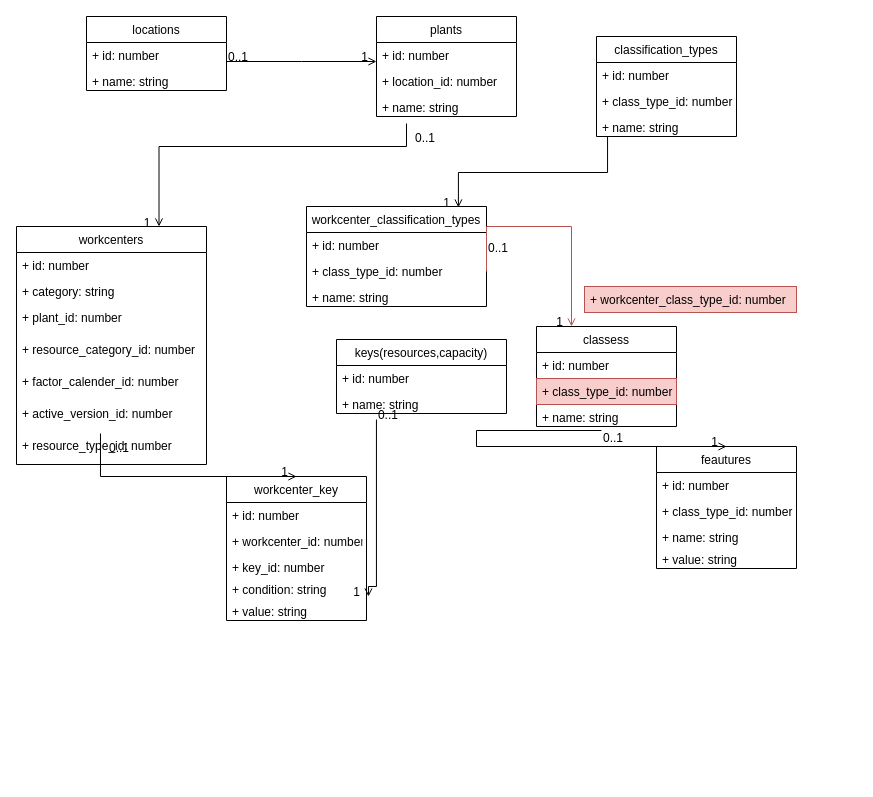
maramakil/myRepo keeps this draw.io diagram as Untitled Diagram.drawio. Above is the earlier version. Source tidied: cells renumbered, new cells numbered last; positions are measured from the earlier drawing's top-left corner, leaving out a move shared by most shapes. Both pictures are drawn from the tidied source at 100%, with x=0, y=0 at pixel (16, 16).
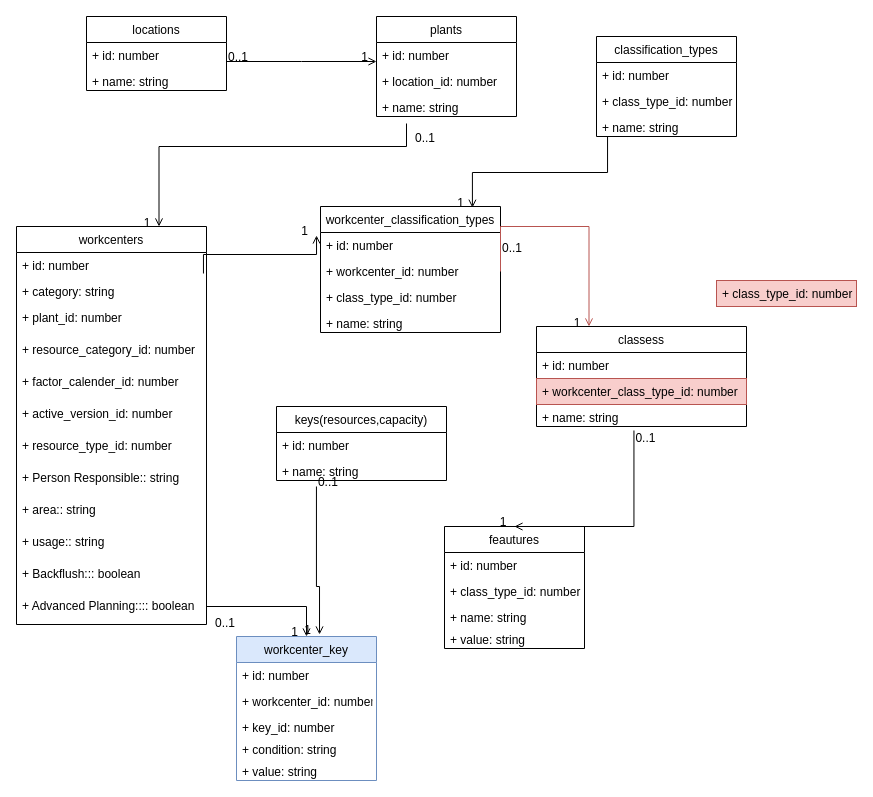
The same diagram, later.

Commit message:
Update process cards Diagram.drawio

The change refers to these unchanged cells:
```xml
<mxCell id="7" value="+ category: string" style="text;strokeColor=none;fillColor=none;align=left;verticalAlign=top;spacingLeft=4;spacingRight=4;overflow=hidden;points=[[0,0.5],[1,0.5]];portConstraint=eastwest;" parent="5" vertex="1">
  <mxGeometry y="52" width="190" height="26" as="geometry" />
</mxCell>
<mxCell id="11" value="+ active_version_id: number" style="text;strokeColor=none;fillColor=none;align=left;verticalAlign=top;spacingLeft=4;spacingRight=4;overflow=hidden;points=[[0,0.5],[1,0.5]];portConstraint=eastwest;" parent="5" vertex="1">
  <mxGeometry y="174" width="190" height="32" as="geometry" />
</mxCell>
<mxCell id="24" value="+ name: string" style="text;strokeColor=none;fillColor=none;align=left;verticalAlign=top;spacingLeft=4;spacingRight=4;overflow=hidden;points=[[0,0.5],[1,0.5]];portConstraint=eastwest;" parent="22" vertex="1">
  <mxGeometry y="52" width="170" height="22" as="geometry" />
</mxCell>
<mxCell id="30" value="+ value: string" style="text;strokeColor=none;fillColor=none;align=left;verticalAlign=top;spacingLeft=4;spacingRight=4;overflow=hidden;points=[[0,0.5],[1,0.5]];portConstraint=eastwest;" parent="25" vertex="1">
  <mxGeometry y="122" width="140" height="22" as="geometry" />
</mxCell>
<mxCell id="48" value="+ id: number" style="text;strokeColor=none;fillColor=none;align=left;verticalAlign=top;spacingLeft=4;spacingRight=4;overflow=hidden;points=[[0,0.5],[1,0.5]];portConstraint=eastwest;" parent="47" vertex="1">
  <mxGeometry y="26" width="180" height="26" as="geometry" />
</mxCell>
```

What changed in the source:
```diff
@@
     <mxCell id="5" value="workcenters" style="swimlane;fontStyle=0;horizontal=1;startSize=26;fillColor=none;" parent="1" vertex="1">
-      <mxGeometry y="210" width="190" height="238" as="geometry" />
+      <mxGeometry y="210" width="190" height="398" as="geometry" />
     </mxCell>
@@
+    <mxCell id="64" value="+ Person Responsible:: string" style="text;strokeColor=none;fillColor=none;align=left;verticalAlign=top;spacingLeft=4;spacingRight=4;overflow=hidden;" parent="5" vertex="1">
+      <mxGeometry y="238" width="190" height="32" as="geometry" />
+    </mxCell>
+    <mxCell id="65" value="+ area:: string" style="text;strokeColor=none;fillColor=none;align=left;verticalAlign=top;spacingLeft=4;spacingRight=4;overflow=hidden;" parent="5" vertex="1">
+      <mxGeometry y="270" width="190" height="32" as="geometry" />
+    </mxCell>
+    <mxCell id="66" value="+ usage:: string" style="text;strokeColor=none;fillColor=none;align=left;verticalAlign=top;spacingLeft=4;spacingRight=4;overflow=hidden;" parent="5" vertex="1">
+      <mxGeometry y="302" width="190" height="32" as="geometry" />
+    </mxCell>
+    <mxCell id="67" value="+ Backflush::: boolean" style="text;strokeColor=none;fillColor=none;align=left;verticalAlign=top;spacingLeft=4;spacingRight=4;overflow=hidden;" parent="5" vertex="1">
+      <mxGeometry y="334" width="190" height="32" as="geometry" />
+    </mxCell>
+    <mxCell id="68" value="+ Advanced Planning:::: boolean" style="text;strokeColor=none;fillColor=none;align=left;verticalAlign=top;spacingLeft=4;spacingRight=4;overflow=hidden;points=[[0,0.5],[1,0.5]];portConstraint=eastwest;" parent="5" vertex="1">
+      <mxGeometry y="366" width="190" height="32" as="geometry" />
+    </mxCell>
     <mxCell id="13" value="classess" style="swimlane;fontStyle=0;horizontal=1;startSize=26;fillColor=none;" parent="1" vertex="1">
-      <mxGeometry x="520" y="310" width="140" height="100" as="geometry" />
+      <mxGeometry x="520" y="310" width="210" height="100" as="geometry" />
     </mxCell>
     <mxCell id="14" value="+ id: number" style="text;strokeColor=none;fillColor=none;align=left;verticalAlign=top;spacingLeft=4;spacingRight=4;overflow=hidden;" parent="13" vertex="1">
-      <mxGeometry y="26" width="140" height="26" as="geometry" />
+      <mxGeometry y="26" width="210" height="26" as="geometry" />
     </mxCell>
-    <mxCell id="15" value="+ class_type_id: number" style="text;strokeColor=#b85450;fillColor=#f8cecc;align=left;verticalAlign=top;spacingLeft=4;spacingRight=4;overflow=hidden;" parent="13" vertex="1">
-      <mxGeometry y="52" width="140" height="26" as="geometry" />
-    </mxCell>
+    <mxCell id="54" value="+ workcenter_class_type_id: number" style="text;strokeColor=#b85450;fillColor=#f8cecc;align=left;verticalAlign=top;spacingLeft=4;spacingRight=4;overflow=hidden;" parent="13" vertex="1">
+      <mxGeometry y="52" width="210" height="26" as="geometry" />
+    </mxCell>
     <mxCell id="16" value="+ name: string" style="text;strokeColor=none;fillColor=none;align=left;verticalAlign=top;spacingLeft=4;spacingRight=4;overflow=hidden;points=[[0,0.5],[1,0.5]];portConstraint=eastwest;" parent="13" vertex="1">
-      <mxGeometry y="78" width="140" height="22" as="geometry" />
+      <mxGeometry y="78" width="210" height="22" as="geometry" />
     </mxCell>
     <mxCell id="17" value="feautures" style="swimlane;fontStyle=0;horizontal=1;startSize=26;fillColor=none;" parent="1" vertex="1">
-      <mxGeometry x="640" y="430" width="140" height="122" as="geometry" />
+      <mxGeometry x="428" y="510" width="140" height="122" as="geometry" />
     </mxCell>
@@
     <mxCell id="22" value="keys(resources,capacity)" style="swimlane;fontStyle=0;horizontal=1;startSize=26;fillColor=none;" parent="1" vertex="1">
-      <mxGeometry x="320" y="323" width="170" height="74" as="geometry" />
+      <mxGeometry x="260" y="390" width="170" height="74" as="geometry" />
     </mxCell>
@@
-    <mxCell id="25" value="workcenter_key" style="swimlane;fontStyle=0;horizontal=1;startSize=26;fillColor=none;" parent="1" vertex="1">
-      <mxGeometry x="210" y="460" width="140" height="144" as="geometry" />
+    <mxCell id="25" value="workcenter_key" style="swimlane;fontStyle=0;horizontal=1;startSize=26;fillColor=#dae8fc;strokeColor=#6c8ebf;" parent="1" vertex="1">
+      <mxGeometry x="220" y="620" width="140" height="144" as="geometry" />
     </mxCell>
@@
-    <mxCell id="31" style="endArrow=open;shadow=0;strokeWidth=1;rounded=0;endFill=1;edgeStyle=elbowEdgeStyle;elbow=vertical;entryX=0.5;entryY=0;entryDx=0;entryDy=0;exitX=0.442;exitY=1.031;exitDx=0;exitDy=0;exitPerimeter=0;" parent="1" edge="1" source="11" target="25">
+    <mxCell id="31" style="endArrow=open;shadow=0;strokeWidth=1;rounded=0;endFill=1;edgeStyle=elbowEdgeStyle;elbow=vertical;entryX=0.5;entryY=0;entryDx=0;entryDy=0;exitX=1;exitY=0.5;exitDx=0;exitDy=0;" parent="1" edge="1" source="68" target="25">
       <mxGeometry x="0.5" y="41" relative="1" as="geometry">
         <Array as="points">
+          <mxPoint x="140" y="590" />
           <mxPoint x="84" y="460" />
         </Array>
         <mxPoint x="-40" y="32" as="offset" />
       </mxGeometry>
     </mxCell>
@@
-    <mxCell id="34" style="endArrow=open;shadow=0;strokeWidth=1;rounded=0;endFill=1;edgeStyle=elbowEdgeStyle;elbow=vertical;entryX=1.014;entryY=-0.091;entryDx=0;entryDy=0;entryPerimeter=0;exitX=0.235;exitY=1.273;exitDx=0;exitDy=0;exitPerimeter=0;" parent="1" edge="1" source="24" target="30">
+    <mxCell id="34" style="endArrow=open;shadow=0;strokeWidth=1;rounded=0;endFill=1;edgeStyle=elbowEdgeStyle;elbow=vertical;entryX=0.593;entryY=-0.014;entryDx=0;entryDy=0;entryPerimeter=0;exitX=0.235;exitY=1.273;exitDx=0;exitDy=0;exitPerimeter=0;" parent="1" edge="1" source="24" target="25">
       <mxGeometry x="0.5" y="41" relative="1" as="geometry">
         <Array as="points">
           <mxPoint x="270" y="570" />
         </Array>
         <mxPoint x="-40" y="32" as="offset" />
       </mxGeometry>
     </mxCell>
@@
     <mxCell id="47" value="workcenter_classification_types" style="swimlane;fontStyle=0;horizontal=1;startSize=26;fillColor=none;" parent="1" vertex="1">
-      <mxGeometry x="290" y="190" width="180" height="100" as="geometry" />
+      <mxGeometry x="304" y="190" width="180" height="126" as="geometry" />
     </mxCell>
@@
-    <mxCell id="49" value="+ class_type_id: number" style="text;strokeColor=none;fillColor=none;align=left;verticalAlign=top;spacingLeft=4;spacingRight=4;overflow=hidden;points=[[0,0.5],[1,0.5]];portConstraint=eastwest;" parent="47" vertex="1">
+    <mxCell id="49" value="+ workcenter_id: number" style="text;strokeColor=none;fillColor=none;align=left;verticalAlign=top;spacingLeft=4;spacingRight=4;overflow=hidden;points=[[0,0.5],[1,0.5]];portConstraint=eastwest;" parent="47" vertex="1">
       <mxGeometry y="52" width="180" height="26" as="geometry" />
     </mxCell>
+    <mxCell id="69" value="+ class_type_id: number" style="text;strokeColor=none;fillColor=none;align=left;verticalAlign=top;spacingLeft=4;spacingRight=4;overflow=hidden;" parent="47" vertex="1">
+      <mxGeometry y="78" width="180" height="26" as="geometry" />
+    </mxCell>
     <mxCell id="50" value="+ name: string" style="text;strokeColor=none;fillColor=none;align=left;verticalAlign=top;spacingLeft=4;spacingRight=4;overflow=hidden;" parent="47" vertex="1">
-      <mxGeometry y="78" width="180" height="22" as="geometry" />
+      <mxGeometry y="104" width="180" height="22" as="geometry" />
     </mxCell>
@@
-    <mxCell id="54" value="+ workcenter_class_type_id: number" style="text;strokeColor=#b85450;fillColor=#f8cecc;align=left;verticalAlign=top;spacingLeft=4;spacingRight=4;overflow=hidden;" parent="1" vertex="1">
-      <mxGeometry x="568" y="270" width="212" height="26" as="geometry" />
-    </mxCell>
@@
+    <mxCell id="15" value="+ class_type_id: number" style="text;strokeColor=#b85450;fillColor=#f8cecc;align=left;verticalAlign=top;spacingLeft=4;spacingRight=4;overflow=hidden;" parent="1" vertex="1">
+      <mxGeometry x="700" y="264" width="140" height="26" as="geometry" />
+    </mxCell>
+    <mxCell id="70" style="endArrow=open;shadow=0;strokeWidth=1;rounded=0;endFill=1;edgeStyle=elbowEdgeStyle;elbow=vertical;exitX=0.984;exitY=-0.192;exitDx=0;exitDy=0;exitPerimeter=0;entryX=-0.022;entryY=0.115;entryDx=0;entryDy=0;entryPerimeter=0;" parent="1" edge="1" source="7" target="48">
+      <mxGeometry x="0.5" y="41" relative="1" as="geometry">
+        <mxPoint x="-40" y="32" as="offset" />
+      </mxGeometry>
+    </mxCell>
+    <mxCell id="71" value="1" style="align=right;verticalAlign=bottom;labelBackgroundColor=none;fontSize=12;" parent="70" vertex="1">
+      <mxGeometry x="1" relative="1" as="geometry">
+        <mxPoint x="-7" y="4" as="offset" />
+      </mxGeometry>
+    </mxCell>
```
